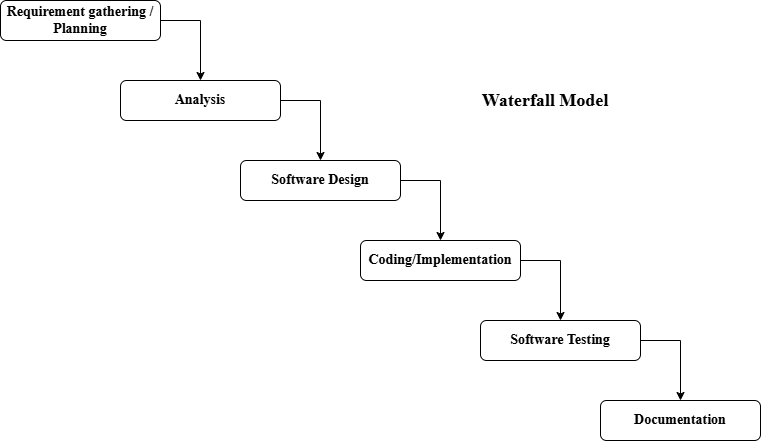
Before: Charts/Water fall modal.drawio.png, a diagram exported from draw.io (maharjan-rijan/BCA-First-Project). Source tidied: cells renumbered, new cells last; positions are measured from the earlier drawing's top-left corner, leaving out a move shared by most shapes.
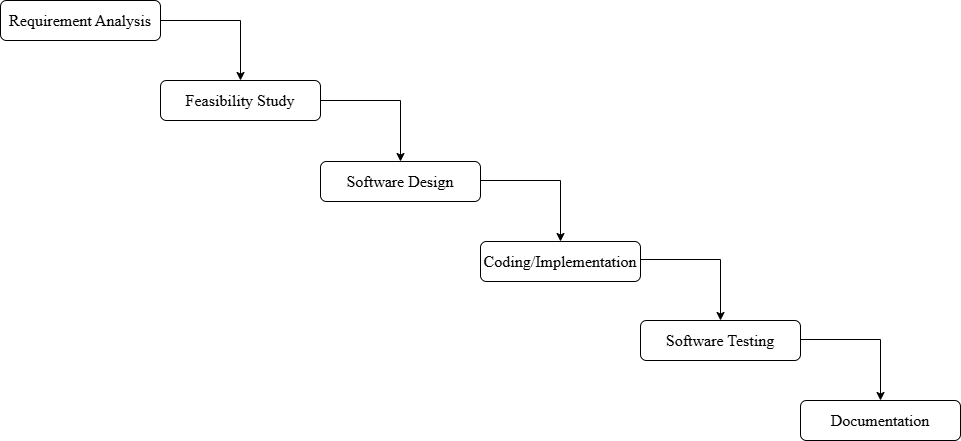
Later version of the same file.

Diff of the diagram source:
```diff
@@ -1,62 +1,67 @@
-<mxGraphModel>
+<mxGraphModel background="#ffffff">
   <root>
     <mxCell id="0" />
     <mxCell id="1" parent="0" />
-    <mxCell id="2" value="&lt;font face=&quot;Times New Roman&quot; style=&quot;font-size: 14px;&quot;&gt;&lt;b&gt;Requirement gathering / Planning&lt;/b&gt;&lt;/font&gt;" style="rounded=1;whiteSpace=wrap;html=1;" parent="1" vertex="1">
-      <mxGeometry width="160" height="40" as="geometry" />
-    </mxCell>
+    <mxCell id="14" value="&lt;font style=&quot;font-size: 16px;&quot; face=&quot;Times New Roman&quot;&gt;Requirement Analysis&lt;/font&gt;" style="rounded=1;whiteSpace=wrap;html=1;" parent="1" vertex="1">
+      <mxGeometry x="80" y="-1520" width="160" height="40" as="geometry" />
+    </mxCell>
+    <mxCell id="15" value="&lt;font style=&quot;font-size: 16px;&quot; face=&quot;Times New Roman&quot;&gt;Feasibility Study&lt;/font&gt;" style="rounded=1;whiteSpace=wrap;html=1;" parent="1" vertex="1">
+      <mxGeometry x="240" y="-1440" width="160" height="40" as="geometry" />
+    </mxCell>
-    <mxCell id="3" value="&lt;font face=&quot;Times New Roman&quot; style=&quot;font-size: 14px;&quot;&gt;&lt;b&gt;Software Design&lt;/b&gt;&lt;/font&gt;" style="rounded=1;whiteSpace=wrap;html=1;" parent="1" vertex="1">
-      <mxGeometry x="240" y="160" width="160" height="40" as="geometry" />
+    <mxCell id="3" value="&lt;font style=&quot;font-size: 16px;&quot; face=&quot;Times New Roman&quot;&gt;Software Design&lt;/font&gt;" style="rounded=1;whiteSpace=wrap;html=1;" parent="1" vertex="1">
+      <mxGeometry x="400" y="-1359" width="160" height="40" as="geometry" />
     </mxCell>
-    <mxCell id="4" value="&lt;font face=&quot;Times New Roman&quot; style=&quot;font-size: 14px;&quot;&gt;&lt;b&gt;Coding/Implementation&lt;/b&gt;&lt;/font&gt;" style="rounded=1;whiteSpace=wrap;html=1;" parent="1" vertex="1">
-      <mxGeometry x="360" y="240" width="160" height="40" as="geometry" />
+    <mxCell id="4" value="&lt;font face=&quot;Times New Roman&quot;&gt;&lt;span style=&quot;font-size: 16px;&quot;&gt;Coding/Implementation&lt;/span&gt;&lt;/font&gt;" style="rounded=1;whiteSpace=wrap;html=1;" parent="1" vertex="1">
+      <mxGeometry x="560" y="-1279" width="160" height="40" as="geometry" />
     </mxCell>
-    <mxCell id="5" value="&lt;font face=&quot;Times New Roman&quot; style=&quot;font-size: 14px;&quot;&gt;&lt;b&gt;Software Testing&lt;/b&gt;&lt;/font&gt;" style="rounded=1;whiteSpace=wrap;html=1;" parent="1" vertex="1">
-      <mxGeometry x="480" y="320" width="160" height="40" as="geometry" />
+    <mxCell id="5" value="&lt;font style=&quot;font-size: 16px;&quot; face=&quot;Times New Roman&quot;&gt;Software Testing&lt;/font&gt;" style="rounded=1;whiteSpace=wrap;html=1;" parent="1" vertex="1">
+      <mxGeometry x="720" y="-1200" width="160" height="40" as="geometry" />
     </mxCell>
-    <mxCell id="6" value="&lt;font face=&quot;Times New Roman&quot; style=&quot;font-size: 14px;&quot;&gt;&lt;b&gt;Documentation&lt;/b&gt;&lt;/font&gt;" style="rounded=1;whiteSpace=wrap;html=1;" parent="1" vertex="1">
-      <mxGeometry x="600" y="400" width="160" height="40" as="geometry" />
+    <mxCell id="6" value="&lt;font style=&quot;font-size: 16px;&quot; face=&quot;Times New Roman&quot;&gt;Documentation&lt;/font&gt;" style="rounded=1;whiteSpace=wrap;html=1;" parent="1" vertex="1">
+      <mxGeometry x="880" y="-1120" width="160" height="40" as="geometry" />
     </mxCell>
-    <mxCell id="7" value="&lt;font face=&quot;Times New Roman&quot; style=&quot;font-size: 14px;&quot;&gt;&lt;b&gt;Analysis&lt;/b&gt;&lt;/font&gt;" style="rounded=1;whiteSpace=wrap;html=1;" parent="1" vertex="1">
-      <mxGeometry x="120" y="80" width="160" height="40" as="geometry" />
-    </mxCell>
-    <mxCell id="8" style="endArrow=classic;html=1;rounded=0;exitX=1;exitY=0.5;exitDx=0;exitDy=0;entryX=0.5;entryY=0;entryDx=0;entryDy=0;" parent="1" edge="1" source="2" target="7">
-      <mxGeometry relative="1" as="geometry">
-        <Array as="points">
-          <mxPoint x="200" y="20" />
-        </Array>
-      </mxGeometry>
-    </mxCell>
-    <mxCell id="9" style="endArrow=classic;html=1;rounded=0;exitX=1;exitY=0.5;exitDx=0;exitDy=0;entryX=0.5;entryY=0;entryDx=0;entryDy=0;" parent="1" edge="1" source="7" target="3">
-      <mxGeometry relative="1" as="geometry">
-        <Array as="points">
-          <mxPoint x="320" y="100" />
-        </Array>
-      </mxGeometry>
-    </mxCell>
-    <mxCell id="10" style="endArrow=classic;html=1;rounded=0;entryX=0.5;entryY=0;entryDx=0;entryDy=0;exitX=1;exitY=0.5;exitDx=0;exitDy=0;" parent="1" edge="1" source="3" target="4">
-      <mxGeometry relative="1" as="geometry">
-        <Array as="points">
-          <mxPoint x="440" y="180" />
-        </Array>
-      </mxGeometry>
-    </mxCell>
-    <mxCell id="11" style="endArrow=classic;html=1;rounded=0;entryX=0.5;entryY=0;entryDx=0;entryDy=0;exitX=1;exitY=0.5;exitDx=0;exitDy=0;" parent="1" edge="1" source="4" target="5">
-      <mxGeometry relative="1" as="geometry">
-        <Array as="points">
-          <mxPoint x="560" y="260" />
-        </Array>
-      </mxGeometry>
-    </mxCell>
-    <mxCell id="12" style="endArrow=classic;html=1;rounded=0;exitX=1;exitY=0.5;exitDx=0;exitDy=0;entryX=0.5;entryY=0;entryDx=0;entryDy=0;" parent="1" edge="1" source="5" target="6">
-      <mxGeometry relative="1" as="geometry">
-        <Array as="points">
-          <mxPoint x="680" y="340" />
-        </Array>
-      </mxGeometry>
-    </mxCell>
-    <mxCell id="13" value="&lt;font face=&quot;Times New Roman&quot; style=&quot;font-size: 18px;&quot;&gt;&lt;b&gt;Waterfall Model&lt;/b&gt;&lt;/font&gt;" style="text;html=1;align=center;verticalAlign=middle;whiteSpace=wrap;rounded=0;" parent="1" vertex="1">
-      <mxGeometry x="400" y="80" width="290" height="40" as="geometry" />
-    </mxCell>
+    <mxCell id="16" style="endArrow=classic;html=1;rounded=0;exitX=1;exitY=0.5;exitDx=0;exitDy=0;entryX=0.5;entryY=0;entryDx=0;entryDy=0;" parent="1" edge="1" source="15" target="3">
+      <mxGeometry relative="1" as="geometry">
+        <Array as="points">
+          <mxPoint x="480" y="-1420" />
+        </Array>
+      </mxGeometry>
+    </mxCell>
+    <mxCell id="17" style="endArrow=classic;html=1;rounded=0;exitX=1;exitY=0.5;exitDx=0;exitDy=0;entryX=0.5;entryY=0;entryDx=0;entryDy=0;" parent="1" edge="1">
+      <mxGeometry relative="1" as="geometry">
+        <mxPoint x="240" y="-1500" as="sourcePoint" />
+        <mxPoint x="320" y="-1440" as="targetPoint" />
+        <Array as="points">
+          <mxPoint x="320" y="-1500" />
+        </Array>
+      </mxGeometry>
+    </mxCell>
+    <mxCell id="18" style="endArrow=classic;html=1;rounded=0;exitX=1;exitY=0.5;exitDx=0;exitDy=0;entryX=0.5;entryY=0;entryDx=0;entryDy=0;" parent="1" edge="1">
+      <mxGeometry relative="1" as="geometry">
+        <mxPoint x="560" y="-1340" as="sourcePoint" />
+        <mxPoint x="640" y="-1279" as="targetPoint" />
+        <Array as="points">
+          <mxPoint x="640" y="-1340" />
+        </Array>
+      </mxGeometry>
+    </mxCell>
+    <mxCell id="19" style="endArrow=classic;html=1;rounded=0;exitX=1;exitY=0.5;exitDx=0;exitDy=0;entryX=0.5;entryY=0;entryDx=0;entryDy=0;" parent="1" edge="1">
+      <mxGeometry relative="1" as="geometry">
+        <mxPoint x="720" y="-1261" as="sourcePoint" />
+        <mxPoint x="800" y="-1200" as="targetPoint" />
+        <Array as="points">
+          <mxPoint x="800" y="-1261" />
+        </Array>
+      </mxGeometry>
+    </mxCell>
+    <mxCell id="20" style="endArrow=classic;html=1;rounded=0;exitX=1;exitY=0.5;exitDx=0;exitDy=0;entryX=0.5;entryY=0;entryDx=0;entryDy=0;" parent="1" edge="1">
+      <mxGeometry relative="1" as="geometry">
+        <mxPoint x="880" y="-1181" as="sourcePoint" />
+        <mxPoint x="960" y="-1120" as="targetPoint" />
+        <Array as="points">
+          <mxPoint x="960" y="-1181" />
+        </Array>
+      </mxGeometry>
+    </mxCell>
   </root>
 </mxGraphModel>
```
